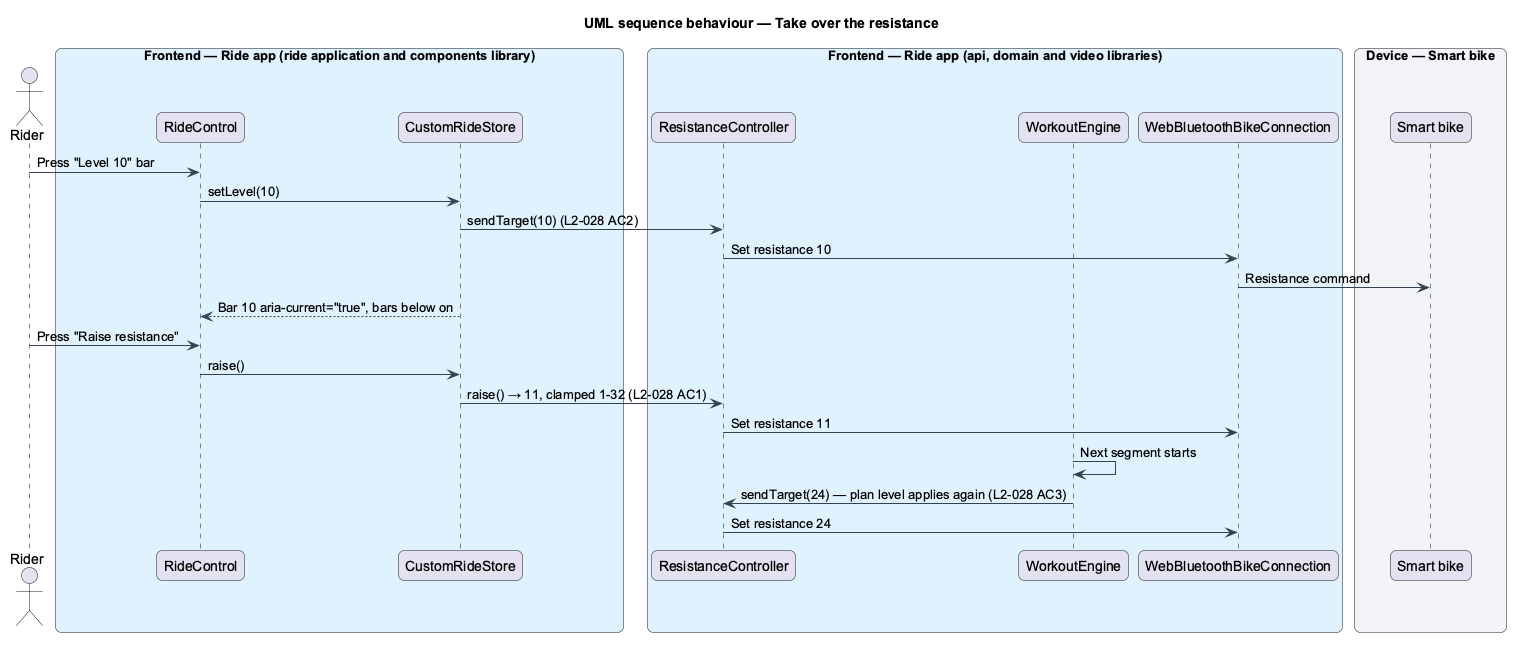
The PlantUML diagram docs/detailed-designs/custom-workout/ride-a-custom-workout/diagrams/sequence-take-over-the-resistance.png in QuinntyneBrown/ride-one, before a commit.
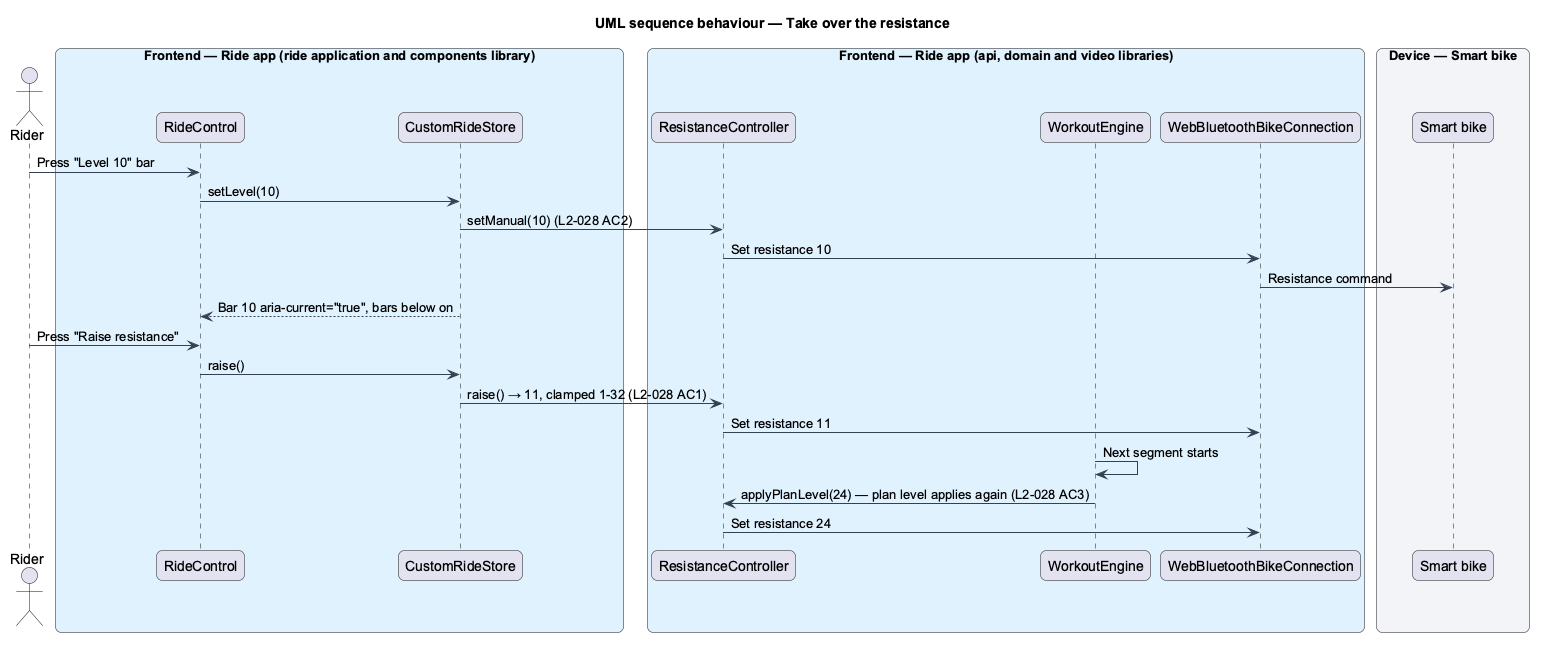
Later version of the same file.

What changed in the source:
```diff
@@ -29,7 +29,7 @@
 end box
 rider -> control : Press "Level 10" bar
 control -> store : setLevel(10)
-store -> resist : sendTarget(10) (L2-028 AC2)
+store -> resist : setManual(10) (L2-028 AC2)
 resist -> conn : Set resistance 10
 conn -> bike : Resistance command
 store --> control : Bar 10 aria-current="true", bars below on
@@ -38,6 +38,6 @@
 store -> resist : raise() → 11, clamped 1-32 (L2-028 AC1)
 resist -> conn : Set resistance 11
 engine -> engine : Next segment starts
-engine -> resist : sendTarget(24) — plan level applies again (L2-028 AC3)
+engine -> resist : applyPlanLevel(24) — plan level applies again (L2-028 AC3)
 resist -> conn : Set resistance 24
 @enduml
```
